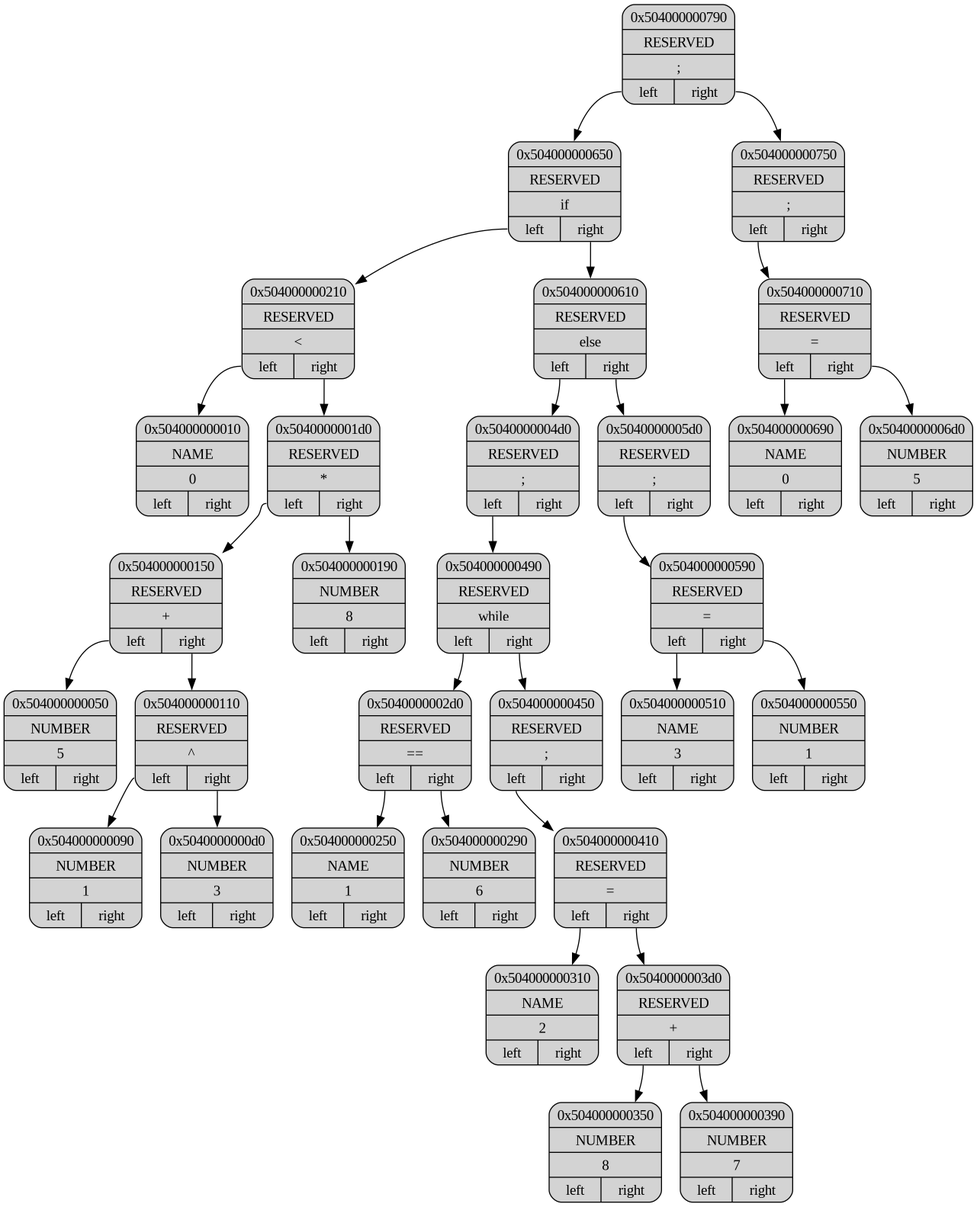
Earlier version of the Graphviz export dump/dump.png (ashqqy/Language). Its source is kept beside it as dump/dump.dot. Its diagram source:
```dot
digraph G
{
node[shape="record", style="rounded, filled"];

p0x504000000790[label = "{ <ptr> 0x504000000790 | <type> RESERVED | <data> \; | { <l>left|<r>right } }"];
p0x504000000650[label = "{ <ptr> 0x504000000650 | <type> RESERVED | <data> \if | { <l>left|<r>right } }"];
p0x504000000210[label = "{ <ptr> 0x504000000210 | <type> RESERVED | <data> \< | { <l>left|<r>right } }"];
p0x504000000010[label = "{ <ptr> 0x504000000010 | <type> NAME | <data> 0 | { <l>left|<r>right } }"];
p0x5040000001d0[label = "{ <ptr> 0x5040000001d0 | <type> RESERVED | <data> \* | { <l>left|<r>right } }"];
p0x504000000150[label = "{ <ptr> 0x504000000150 | <type> RESERVED | <data> \+ | { <l>left|<r>right } }"];
p0x504000000050[label = "{ <ptr> 0x504000000050 | <type> NUMBER | <data> 5 | { <l>left|<r>right } }"];
p0x504000000110[label = "{ <ptr> 0x504000000110 | <type> RESERVED | <data> \^ | { <l>left|<r>right } }"];
p0x504000000090[label = "{ <ptr> 0x504000000090 | <type> NUMBER | <data> 1 | { <l>left|<r>right } }"];
p0x5040000000d0[label = "{ <ptr> 0x5040000000d0 | <type> NUMBER | <data> 3 | { <l>left|<r>right } }"];
p0x504000000190[label = "{ <ptr> 0x504000000190 | <type> NUMBER | <data> 8 | { <l>left|<r>right } }"];
p0x504000000610[label = "{ <ptr> 0x504000000610 | <type> RESERVED | <data> \else | { <l>left|<r>right } }"];
p0x5040000004d0[label = "{ <ptr> 0x5040000004d0 | <type> RESERVED | <data> \; | { <l>left|<r>right } }"];
p0x504000000490[label = "{ <ptr> 0x504000000490 | <type> RESERVED | <data> \while | { <l>left|<r>right } }"];
p0x5040000002d0[label = "{ <ptr> 0x5040000002d0 | <type> RESERVED | <data> \== | { <l>left|<r>right } }"];
p0x504000000250[label = "{ <ptr> 0x504000000250 | <type> NAME | <data> 1 | { <l>left|<r>right } }"];
p0x504000000290[label = "{ <ptr> 0x504000000290 | <type> NUMBER | <data> 6 | { <l>left|<r>right } }"];
p0x504000000450[label = "{ <ptr> 0x504000000450 | <type> RESERVED | <data> \; | { <l>left|<r>right } }"];
p0x504000000410[label = "{ <ptr> 0x504000000410 | <type> RESERVED | <data> \= | { <l>left|<r>right } }"];
p0x504000000310[label = "{ <ptr> 0x504000000310 | <type> NAME | <data> 2 | { <l>left|<r>right } }"];
p0x5040000003d0[label = "{ <ptr> 0x5040000003d0 | <type> RESERVED | <data> \+ | { <l>left|<r>right } }"];
p0x504000000350[label = "{ <ptr> 0x504000000350 | <type> NUMBER | <data> 8 | { <l>left|<r>right } }"];
p0x504000000390[label = "{ <ptr> 0x504000000390 | <type> NUMBER | <data> 7 | { <l>left|<r>right } }"];
p0x5040000005d0[label = "{ <ptr> 0x5040000005d0 | <type> RESERVED | <data> \; | { <l>left|<r>right } }"];
p0x504000000590[label = "{ <ptr> 0x504000000590 | <type> RESERVED | <data> \= | { <l>left|<r>right } }"];
p0x504000000510[label = "{ <ptr> 0x504000000510 | <type> NAME | <data> 3 | { <l>left|<r>right } }"];
p0x504000000550[label = "{ <ptr> 0x504000000550 | <type> NUMBER | <data> 1 | { <l>left|<r>right } }"];
p0x504000000750[label = "{ <ptr> 0x504000000750 | <type> RESERVED | <data> \; | { <l>left|<r>right } }"];
p0x504000000710[label = "{ <ptr> 0x504000000710 | <type> RESERVED | <data> \= | { <l>left|<r>right } }"];
p0x504000000690[label = "{ <ptr> 0x504000000690 | <type> NAME | <data> 0 | { <l>left|<r>right } }"];
p0x5040000006d0[label = "{ <ptr> 0x5040000006d0 | <type> NUMBER | <data> 5 | { <l>left|<r>right } }"];

p0x504000000790:<l> -> p0x504000000650
p0x504000000650:<l> -> p0x504000000210
p0x504000000210:<l> -> p0x504000000010
p0x504000000210:<r> -> p0x5040000001d0
p0x5040000001d0:<l> -> p0x504000000150
p0x504000000150:<l> -> p0x504000000050
p0x504000000150:<r> -> p0x504000000110
p0x504000000110:<l> -> p0x504000000090
p0x504000000110:<r> -> p0x5040000000d0
p0x5040000001d0:<r> -> p0x504000000190
p0x504000000650:<r> -> p0x504000000610
p0x504000000610:<l> -> p0x5040000004d0
p0x5040000004d0:<l> -> p0x504000000490
p0x504000000490:<l> -> p0x5040000002d0
p0x5040000002d0:<l> -> p0x504000000250
p0x5040000002d0:<r> -> p0x504000000290
p0x504000000490:<r> -> p0x504000000450
p0x504000000450:<l> -> p0x504000000410
p0x504000000410:<l> -> p0x504000000310
p0x504000000410:<r> -> p0x5040000003d0
p0x5040000003d0:<l> -> p0x504000000350
p0x5040000003d0:<r> -> p0x504000000390
p0x504000000610:<r> -> p0x5040000005d0
p0x5040000005d0:<l> -> p0x504000000590
p0x504000000590:<l> -> p0x504000000510
p0x504000000590:<r> -> p0x504000000550
p0x504000000790:<r> -> p0x504000000750
p0x504000000750:<l> -> p0x504000000710
p0x504000000710:<l> -> p0x504000000690
p0x504000000710:<r> -> p0x5040000006d0
}
```
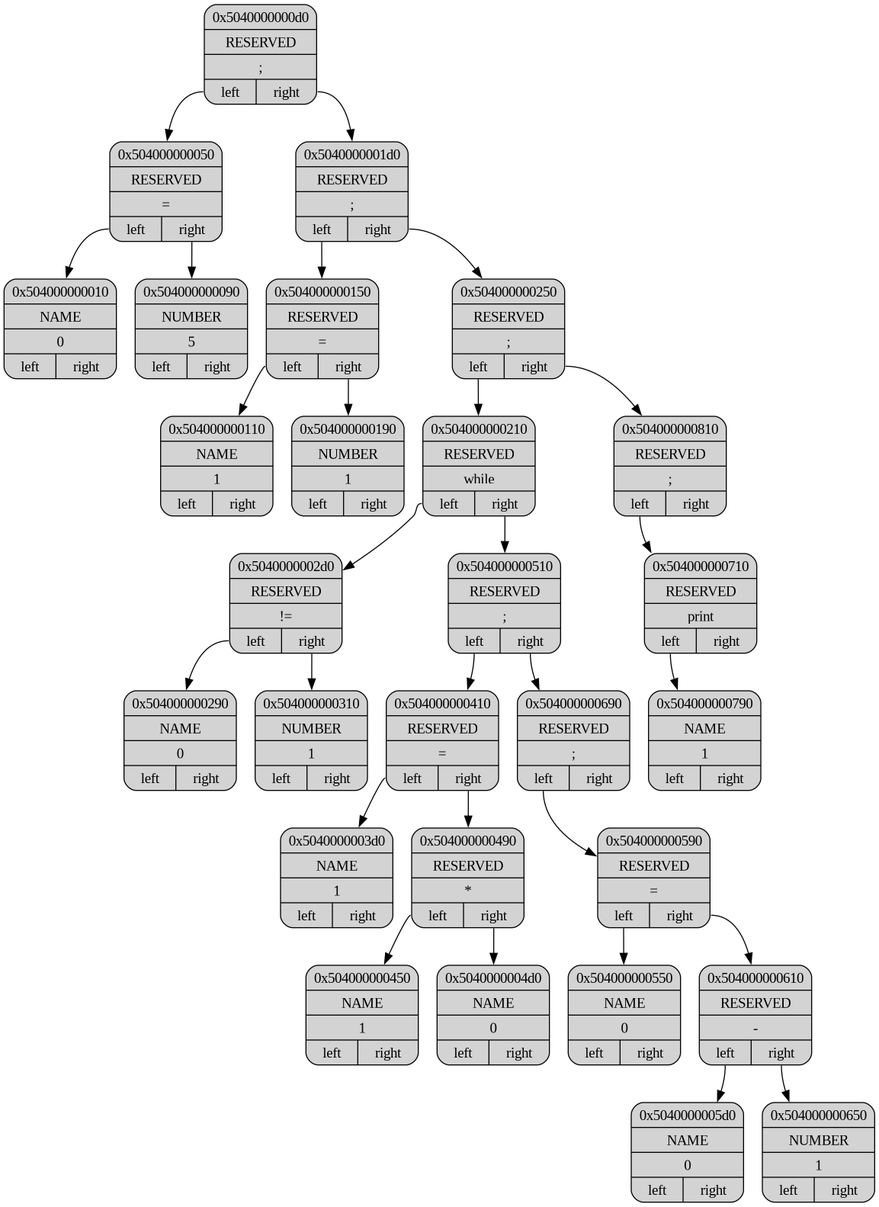
After the commit.

Diff of the diagram source:
```diff
@@ -2,66 +2,60 @@
 {
 node[shape="record", style="rounded, filled"];
 
-p0x504000000790[label = "{ <ptr> 0x504000000790 | <type> RESERVED | <data> \; | { <l>left|<r>right } }"];
-p0x504000000650[label = "{ <ptr> 0x504000000650 | <type> RESERVED | <data> \if | { <l>left|<r>right } }"];
-p0x504000000210[label = "{ <ptr> 0x504000000210 | <type> RESERVED | <data> \< | { <l>left|<r>right } }"];
+p0x5040000000d0[label = "{ <ptr> 0x5040000000d0 | <type> RESERVED | <data> \; | { <l>left|<r>right } }"];
+p0x504000000050[label = "{ <ptr> 0x504000000050 | <type> RESERVED | <data> \= | { <l>left|<r>right } }"];
 p0x504000000010[label = "{ <ptr> 0x504000000010 | <type> NAME | <data> 0 | { <l>left|<r>right } }"];
-p0x5040000001d0[label = "{ <ptr> 0x5040000001d0 | <type> RESERVED | <data> \* | { <l>left|<r>right } }"];
-p0x504000000150[label = "{ <ptr> 0x504000000150 | <type> RESERVED | <data> \+ | { <l>left|<r>right } }"];
-p0x504000000050[label = "{ <ptr> 0x504000000050 | <type> NUMBER | <data> 5 | { <l>left|<r>right } }"];
-p0x504000000110[label = "{ <ptr> 0x504000000110 | <type> RESERVED | <data> \^ | { <l>left|<r>right } }"];
-p0x504000000090[label = "{ <ptr> 0x504000000090 | <type> NUMBER | <data> 1 | { <l>left|<r>right } }"];
-p0x5040000000d0[label = "{ <ptr> 0x5040000000d0 | <type> NUMBER | <data> 3 | { <l>left|<r>right } }"];
-p0x504000000190[label = "{ <ptr> 0x504000000190 | <type> NUMBER | <data> 8 | { <l>left|<r>right } }"];
-p0x504000000610[label = "{ <ptr> 0x504000000610 | <type> RESERVED | <data> \else | { <l>left|<r>right } }"];
-p0x5040000004d0[label = "{ <ptr> 0x5040000004d0 | <type> RESERVED | <data> \; | { <l>left|<r>right } }"];
-p0x504000000490[label = "{ <ptr> 0x504000000490 | <type> RESERVED | <data> \while | { <l>left|<r>right } }"];
-p0x5040000002d0[label = "{ <ptr> 0x5040000002d0 | <type> RESERVED | <data> \== | { <l>left|<r>right } }"];
-p0x504000000250[label = "{ <ptr> 0x504000000250 | <type> NAME | <data> 1 | { <l>left|<r>right } }"];
-p0x504000000290[label = "{ <ptr> 0x504000000290 | <type> NUMBER | <data> 6 | { <l>left|<r>right } }"];
-p0x504000000450[label = "{ <ptr> 0x504000000450 | <type> RESERVED | <data> \; | { <l>left|<r>right } }"];
+p0x504000000090[label = "{ <ptr> 0x504000000090 | <type> NUMBER | <data> 5 | { <l>left|<r>right } }"];
+p0x5040000001d0[label = "{ <ptr> 0x5040000001d0 | <type> RESERVED | <data> \; | { <l>left|<r>right } }"];
+p0x504000000150[label = "{ <ptr> 0x504000000150 | <type> RESERVED | <data> \= | { <l>left|<r>right } }"];
+p0x504000000110[label = "{ <ptr> 0x504000000110 | <type> NAME | <data> 1 | { <l>left|<r>right } }"];
+p0x504000000190[label = "{ <ptr> 0x504000000190 | <type> NUMBER | <data> 1 | { <l>left|<r>right } }"];
+p0x504000000250[label = "{ <ptr> 0x504000000250 | <type> RESERVED | <data> \; | { <l>left|<r>right } }"];
+p0x504000000210[label = "{ <ptr> 0x504000000210 | <type> RESERVED | <data> \while | { <l>left|<r>right } }"];
+p0x5040000002d0[label = "{ <ptr> 0x5040000002d0 | <type> RESERVED | <data> \!= | { <l>left|<r>right } }"];
+p0x504000000290[label = "{ <ptr> 0x504000000290 | <type> NAME | <data> 0 | { <l>left|<r>right } }"];
+p0x504000000310[label = "{ <ptr> 0x504000000310 | <type> NUMBER | <data> 1 | { <l>left|<r>right } }"];
+p0x504000000510[label = "{ <ptr> 0x504000000510 | <type> RESERVED | <data> \; | { <l>left|<r>right } }"];
 p0x504000000410[label = "{ <ptr> 0x504000000410 | <type> RESERVED | <data> \= | { <l>left|<r>right } }"];
-p0x504000000310[label = "{ <ptr> 0x504000000310 | <type> NAME | <data> 2 | { <l>left|<r>right } }"];
-p0x5040000003d0[label = "{ <ptr> 0x5040000003d0 | <type> RESERVED | <data> \+ | { <l>left|<r>right } }"];
-p0x504000000350[label = "{ <ptr> 0x504000000350 | <type> NUMBER | <data> 8 | { <l>left|<r>right } }"];
-p0x504000000390[label = "{ <ptr> 0x504000000390 | <type> NUMBER | <data> 7 | { <l>left|<r>right } }"];
-p0x5040000005d0[label = "{ <ptr> 0x5040000005d0 | <type> RESERVED | <data> \; | { <l>left|<r>right } }"];
+p0x5040000003d0[label = "{ <ptr> 0x5040000003d0 | <type> NAME | <data> 1 | { <l>left|<r>right } }"];
+p0x504000000490[label = "{ <ptr> 0x504000000490 | <type> RESERVED | <data> \* | { <l>left|<r>right } }"];
+p0x504000000450[label = "{ <ptr> 0x504000000450 | <type> NAME | <data> 1 | { <l>left|<r>right } }"];
+p0x5040000004d0[label = "{ <ptr> 0x5040000004d0 | <type> NAME | <data> 0 | { <l>left|<r>right } }"];
+p0x504000000690[label = "{ <ptr> 0x504000000690 | <type> RESERVED | <data> \; | { <l>left|<r>right } }"];
 p0x504000000590[label = "{ <ptr> 0x504000000590 | <type> RESERVED | <data> \= | { <l>left|<r>right } }"];
-p0x504000000510[label = "{ <ptr> 0x504000000510 | <type> NAME | <data> 3 | { <l>left|<r>right } }"];
-p0x504000000550[label = "{ <ptr> 0x504000000550 | <type> NUMBER | <data> 1 | { <l>left|<r>right } }"];
-p0x504000000750[label = "{ <ptr> 0x504000000750 | <type> RESERVED | <data> \; | { <l>left|<r>right } }"];
-p0x504000000710[label = "{ <ptr> 0x504000000710 | <type> RESERVED | <data> \= | { <l>left|<r>right } }"];
-p0x504000000690[label = "{ <ptr> 0x504000000690 | <type> NAME | <data> 0 | { <l>left|<r>right } }"];
-p0x5040000006d0[label = "{ <ptr> 0x5040000006d0 | <type> NUMBER | <data> 5 | { <l>left|<r>right } }"];
+p0x504000000550[label = "{ <ptr> 0x504000000550 | <type> NAME | <data> 0 | { <l>left|<r>right } }"];
+p0x504000000610[label = "{ <ptr> 0x504000000610 | <type> RESERVED | <data> \- | { <l>left|<r>right } }"];
+p0x5040000005d0[label = "{ <ptr> 0x5040000005d0 | <type> NAME | <data> 0 | { <l>left|<r>right } }"];
+p0x504000000650[label = "{ <ptr> 0x504000000650 | <type> NUMBER | <data> 1 | { <l>left|<r>right } }"];
+p0x504000000810[label = "{ <ptr> 0x504000000810 | <type> RESERVED | <data> \; | { <l>left|<r>right } }"];
+p0x504000000710[label = "{ <ptr> 0x504000000710 | <type> RESERVED | <data> \print | { <l>left|<r>right } }"];
+p0x504000000790[label = "{ <ptr> 0x504000000790 | <type> NAME | <data> 1 | { <l>left|<r>right } }"];
 
-p0x504000000790:<l> -> p0x504000000650
-p0x504000000650:<l> -> p0x504000000210
-p0x504000000210:<l> -> p0x504000000010
-p0x504000000210:<r> -> p0x5040000001d0
+p0x5040000000d0:<l> -> p0x504000000050
+p0x504000000050:<l> -> p0x504000000010
+p0x504000000050:<r> -> p0x504000000090
+p0x5040000000d0:<r> -> p0x5040000001d0
 p0x5040000001d0:<l> -> p0x504000000150
-p0x504000000150:<l> -> p0x504000000050
-p0x504000000150:<r> -> p0x504000000110
-p0x504000000110:<l> -> p0x504000000090
-p0x504000000110:<r> -> p0x5040000000d0
-p0x5040000001d0:<r> -> p0x504000000190
-p0x504000000650:<r> -> p0x504000000610
-p0x504000000610:<l> -> p0x5040000004d0
-p0x5040000004d0:<l> -> p0x504000000490
-p0x504000000490:<l> -> p0x5040000002d0
-p0x5040000002d0:<l> -> p0x504000000250
-p0x5040000002d0:<r> -> p0x504000000290
-p0x504000000490:<r> -> p0x504000000450
-p0x504000000450:<l> -> p0x504000000410
-p0x504000000410:<l> -> p0x504000000310
-p0x504000000410:<r> -> p0x5040000003d0
-p0x5040000003d0:<l> -> p0x504000000350
-p0x5040000003d0:<r> -> p0x504000000390
-p0x504000000610:<r> -> p0x5040000005d0
-p0x5040000005d0:<l> -> p0x504000000590
-p0x504000000590:<l> -> p0x504000000510
-p0x504000000590:<r> -> p0x504000000550
-p0x504000000790:<r> -> p0x504000000750
-p0x504000000750:<l> -> p0x504000000710
-p0x504000000710:<l> -> p0x504000000690
-p0x504000000710:<r> -> p0x5040000006d0
+p0x504000000150:<l> -> p0x504000000110
+p0x504000000150:<r> -> p0x504000000190
+p0x5040000001d0:<r> -> p0x504000000250
+p0x504000000250:<l> -> p0x504000000210
+p0x504000000210:<l> -> p0x5040000002d0
+p0x5040000002d0:<l> -> p0x504000000290
+p0x5040000002d0:<r> -> p0x504000000310
+p0x504000000210:<r> -> p0x504000000510
+p0x504000000510:<l> -> p0x504000000410
+p0x504000000410:<l> -> p0x5040000003d0
+p0x504000000410:<r> -> p0x504000000490
+p0x504000000490:<l> -> p0x504000000450
+p0x504000000490:<r> -> p0x5040000004d0
+p0x504000000510:<r> -> p0x504000000690
+p0x504000000690:<l> -> p0x504000000590
+p0x504000000590:<l> -> p0x504000000550
+p0x504000000590:<r> -> p0x504000000610
+p0x504000000610:<l> -> p0x5040000005d0
+p0x504000000610:<r> -> p0x504000000650
+p0x504000000250:<r> -> p0x504000000810
+p0x504000000810:<l> -> p0x504000000710
+p0x504000000710:<l> -> p0x504000000790
 }
```
